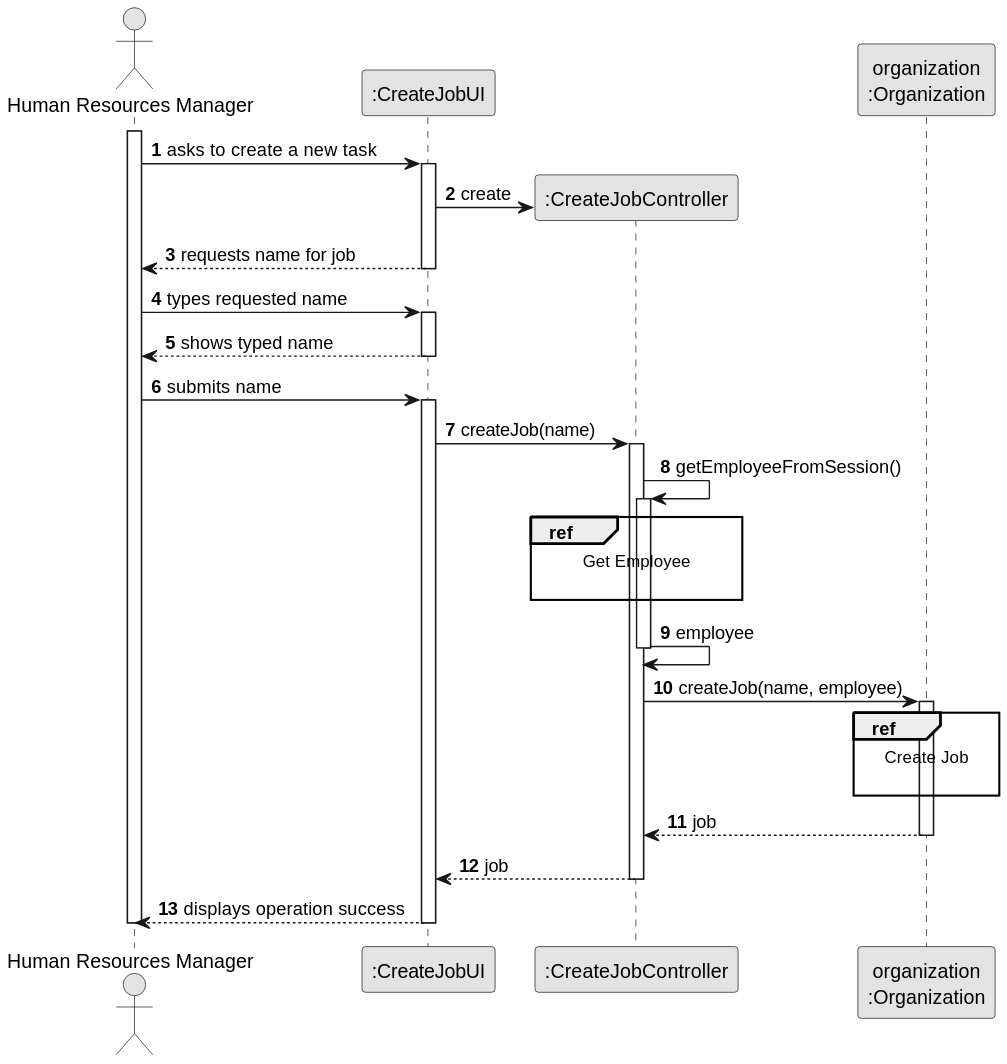
Before: docs/sprint2/us002/03.design/svg/us002-sequence-diagram-split.svg, a diagram exported from PlantUML (tiagosoa/lei-24-s2-1dgh-g073). Its diagram source:
```plantuml
@startuml
skinparam monochrome true
skinparam packageStyle rectangle
skinparam shadowing false

autonumber

actor "Human Resources Manager" as ADM
participant ":CreateJobUI" as UI
participant ":CreateJobController" as CTRL
participant "organization\n:Organization" as ORG

activate ADM

    ADM -> UI : asks to create a new task

    activate UI

        UI -> CTRL** : create

        UI --> ADM : requests name for job
    deactivate UI

    ADM -> UI : types requested name
    activate UI

        UI --> ADM : shows typed name
    deactivate UI

    ADM -> UI : submits name
    activate UI

        UI -> CTRL : createJob(name)
        activate CTRL

            CTRL -> CTRL : getEmployeeFromSession()
            activate CTRL

                ref over CTRL
                    Get Employee

                end ref
                CTRL -> CTRL : employee
            deactivate CTRL

            CTRL -> ORG: createJob(name, employee)
            activate ORG

                ref over ORG
                    Create Job

                end

                ORG --> CTRL : job
            deactivate ORG

            CTRL --> UI: job
            deactivate CTRL
            UI --> ADM: displays operation success
    deactivate UI

deactivate ADM
@enduml
```
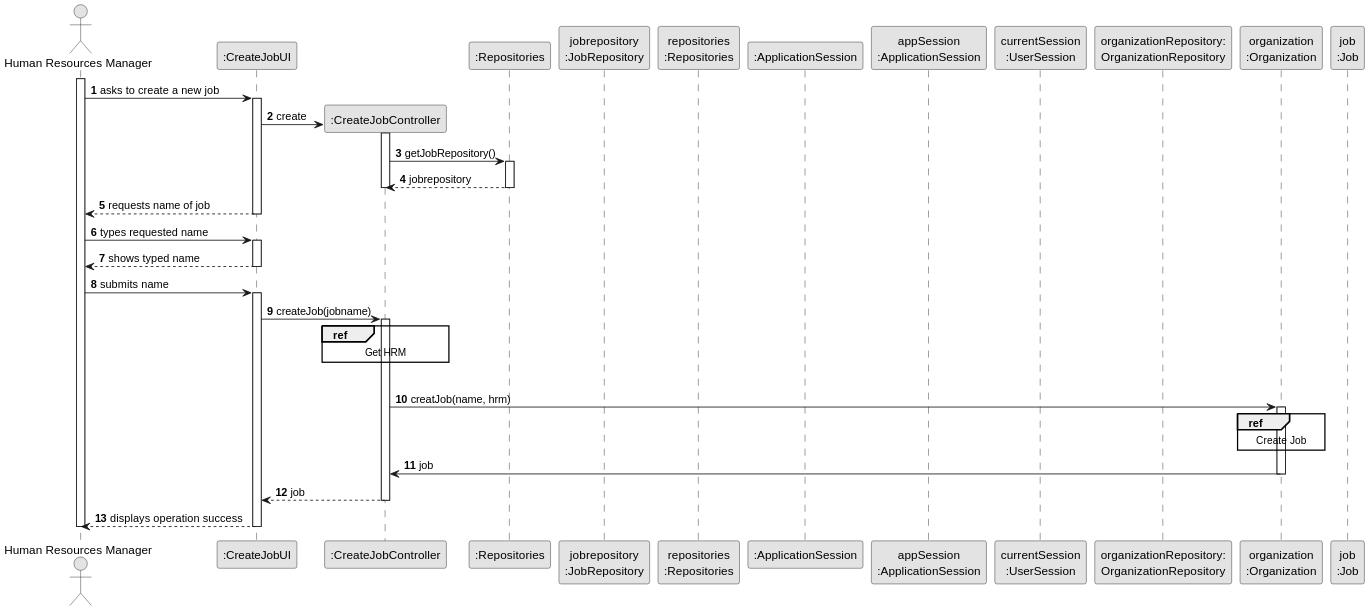
After the change.

Change to the diagram source:
```diff
@@ -8,17 +8,33 @@
 actor "Human Resources Manager" as ADM
 participant ":CreateJobUI" as UI
 participant ":CreateJobController" as CTRL
+participant ":Repositories" as RepositorySingleton
+participant "jobrepository\n:JobRepository" as JR
+participant "repositories\n:Repositories" as PLAT
+participant ":ApplicationSession" as _APP
+participant "appSession\n:ApplicationSession" as APP
+participant "currentSession\n:UserSession" as SESSAO
+participant "organizationRepository:\nOrganizationRepository" as OrganizationRepository
 participant "organization\n:Organization" as ORG
+participant "job\n:Job" as TAREFA
 
 activate ADM
 
-    ADM -> UI : asks to create a new task
+        ADM -> UI : asks to create a new job
 
-    activate UI
+        activate UI
 
-        UI -> CTRL** : create
+            UI -> CTRL** : create
+            activate CTRL
 
-        UI --> ADM : requests name for job
+                CTRL -> RepositorySingleton : getJobRepository()
+                activate RepositorySingleton
+
+                    RepositorySingleton --> CTRL: jobrepository
+                deactivate RepositorySingleton
+                deactivate CTRL
+
+        UI --> ADM : requests name of job
     deactivate UI
 
     ADM -> UI : types requested name
@@ -30,29 +46,21 @@
     ADM -> UI : submits name
     activate UI
 
-        UI -> CTRL : createJob(name)
-        activate CTRL
+    UI -> CTRL : createJob(jobname)
+    activate CTRL
 
-            CTRL -> CTRL : getEmployeeFromSession()
-            activate CTRL
+      ref over CTRL
+      Get HRM
+      end
 
-                ref over CTRL
-                    Get Employee
-
-                end ref
-                CTRL -> CTRL : employee
-            deactivate CTRL
-
-            CTRL -> ORG: createJob(name, employee)
+            |||
+            CTRL -> ORG: creatJob(name, hrm)
             activate ORG
-
-                ref over ORG
-                    Create Job
-
-                end
-
-                ORG --> CTRL : job
-            deactivate ORG
+            ref over ORG
+            Create Job
+            end
+                ORG -> CTRL: job
+deactivate ORG
 
             CTRL --> UI: job
             deactivate CTRL
```
